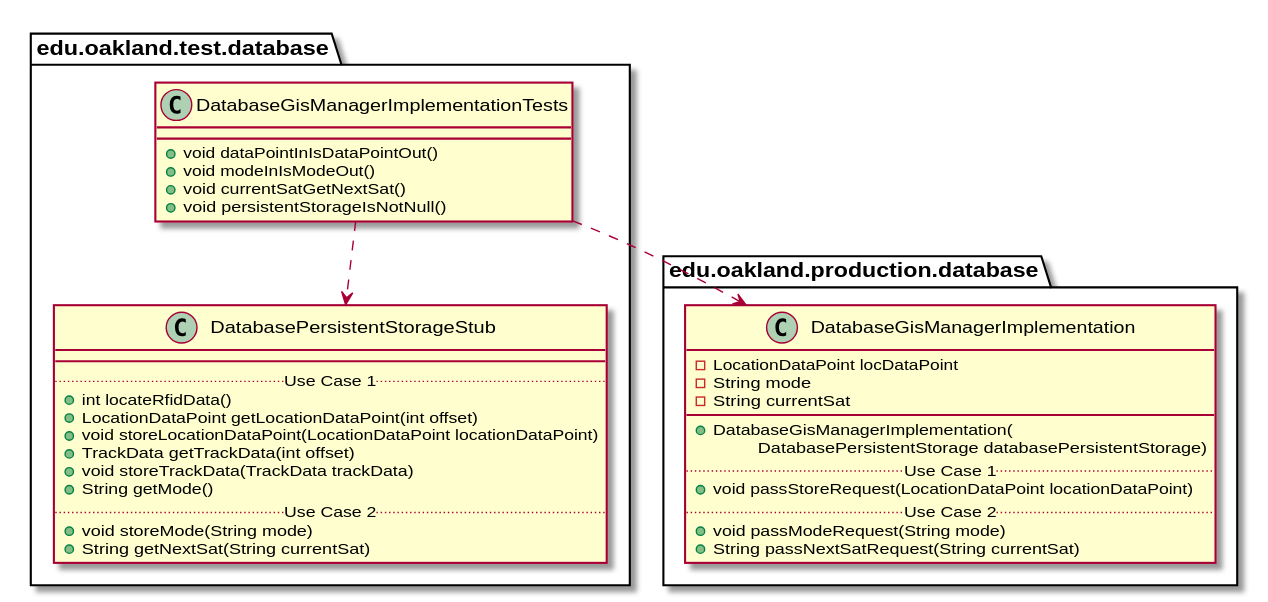
andrewdimmer/csi-3370-software-project keeps this PlantUML diagram as docs/uml-class-diagrams/database/test/DatabaseGisManagerImplementationTests/DatabaseGisManagerImplementationTests_DirectDependencies.svg. Above is the earlier version. The source it was exported from:
```plantuml
@startuml DatabaseGisManagerImplementationTests_DirectDependencies


package edu.oakland.test.database {
    class DatabaseGisManagerImplementationTests {
        + void dataPointInIsDataPointOut()
        + void modeInIsModeOut()
        + void currentSatGetNextSat()
        + void persistentStorageIsNotNull()
    }
}



package edu.oakland.test.database {
    class DatabasePersistentStorageStub {
        __
        .. Use Case 1 ..
        + int locateRfidData()
        + LocationDataPoint getLocationDataPoint(int offset)
        + void storeLocationDataPoint(LocationDataPoint locationDataPoint)
        + TrackData getTrackData(int offset)
        + void storeTrackData(TrackData trackData)
        + String getMode()
        .. Use Case 2 ..
        + void storeMode(String mode)
        + String getNextSat(String currentSat)
    }
}

DatabaseGisManagerImplementationTests ..> DatabasePersistentStorageStub


package edu.oakland.production.database {
    class DatabaseGisManagerImplementation {
        - LocationDataPoint locDataPoint
        - String mode
        - String currentSat
        __
        + DatabaseGisManagerImplementation(
        \tDatabasePersistentStorage databasePersistentStorage)
        .. Use Case 1 ..
        + void passStoreRequest(LocationDataPoint locationDataPoint)
        .. Use Case 2 ..
        + void passModeRequest(String mode)
        + String passNextSatRequest(String currentSat)
    }
}

DatabaseGisManagerImplementationTests ..> DatabaseGisManagerImplementation



@enduml
```
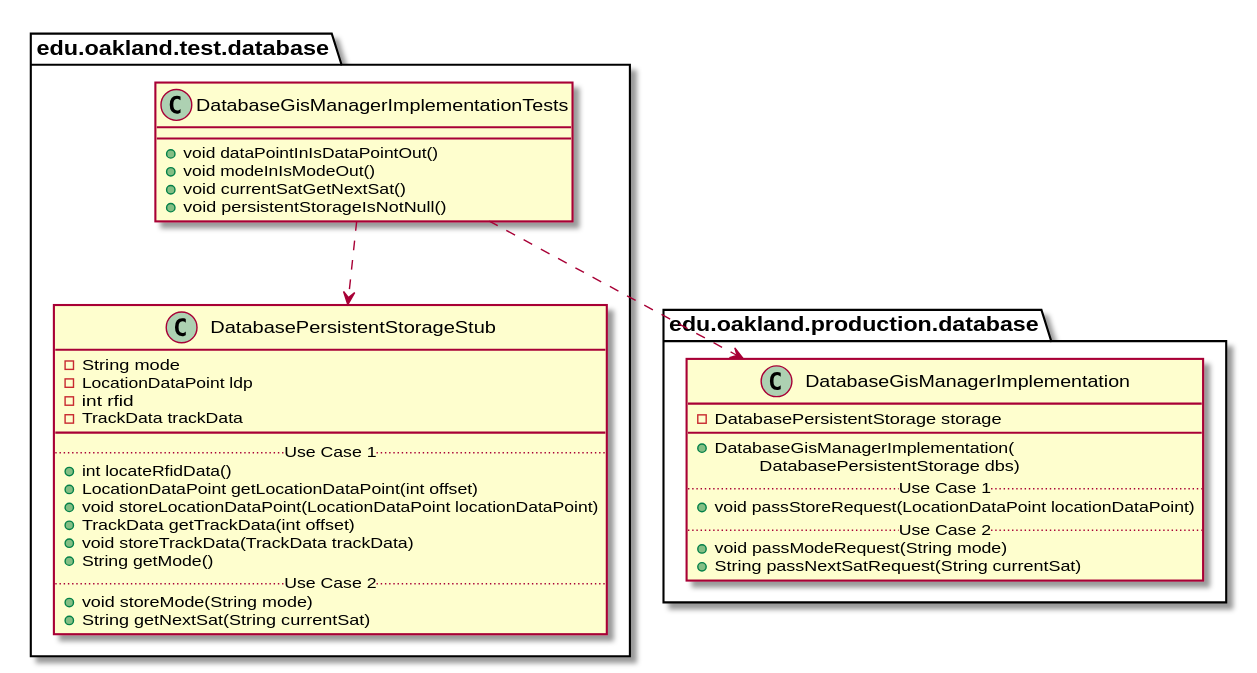
The same diagram one commit later.

Change to the diagram source:
```diff
@@ -14,6 +14,10 @@
 
 package edu.oakland.test.database {
     class DatabasePersistentStorageStub {
+        - String mode
+        - LocationDataPoint ldp
+        - int rfid
+        - TrackData trackData
         __
         .. Use Case 1 ..
         + int locateRfidData()
@@ -33,12 +37,10 @@
 
 package edu.oakland.production.database {
     class DatabaseGisManagerImplementation {
-        - LocationDataPoint locDataPoint
-        - String mode
-        - String currentSat
+        - DatabasePersistentStorage storage
         __
         + DatabaseGisManagerImplementation(
-        \tDatabasePersistentStorage databasePersistentStorage)
+        \tDatabasePersistentStorage dbs)
         .. Use Case 1 ..
         + void passStoreRequest(LocationDataPoint locationDataPoint)
         .. Use Case 2 ..
```
